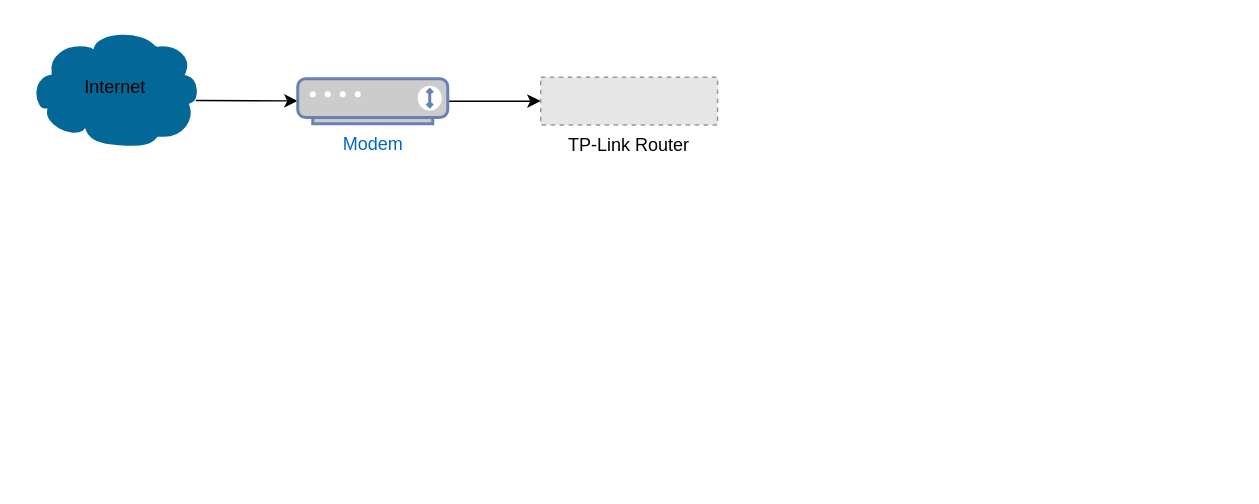
Before: LAN.drawio in babelaids/Drawrings, a draw.io diagram. Source tidied: cells renumbered, new cells numbered last; positions are measured from the earlier drawing's top-left corner, leaving out a move shared by most shapes. Both pictures are drawn from the tidied source at 150%, with x=0, y=0 at pixel (27, 27). Pictures stored in the file or linked from it are replaced by grey dashed boxes.
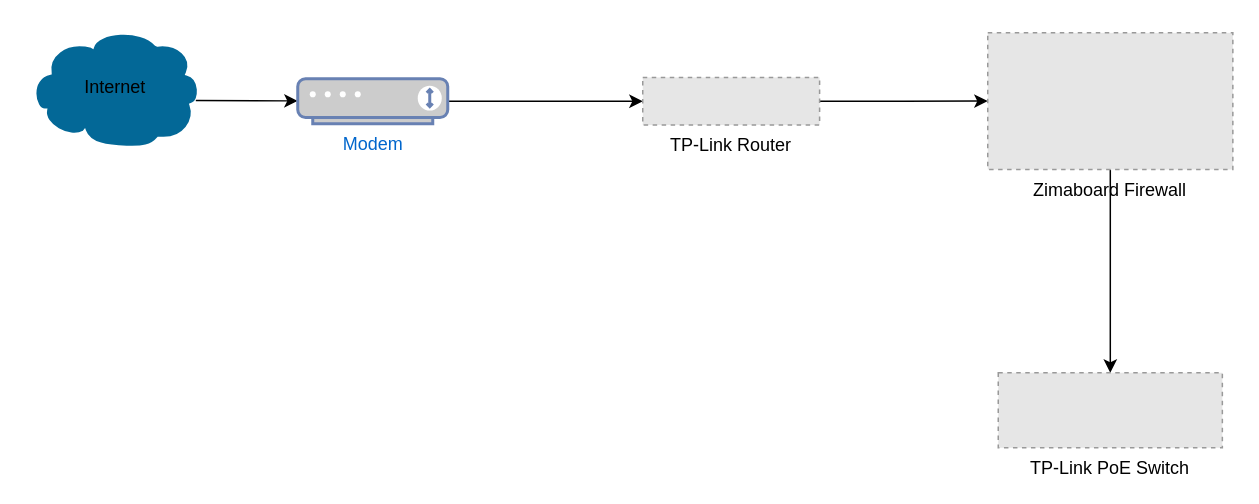
The same diagram, later.

Diff of the diagram source:
```diff
@@
 <mxGraphModel>
   <root>
     <mxCell id="0" />
     <mxCell id="1" parent="0" />
     <mxCell id="2" value="&lt;div&gt;Internet&lt;/div&gt;" style="shape=mxgraph.cisco.storage.cloud;sketch=0;html=1;dashed=0;fillColor=#036897;strokeColor=#ffffff;strokeWidth=2;verticalLabelPosition=middle;verticalAlign=middle;align=center;outlineConnect=0;labelPosition=center;" parent="1" vertex="1">
       <mxGeometry width="116" height="80" as="geometry" />
     </mxCell>
     <mxCell id="3" style="endArrow=classic;html=1;rounded=0;exitX=0.966;exitY=0.606;exitDx=0;exitDy=0;exitPerimeter=0;" parent="1" edge="1" source="2" target="5">
       <mxGeometry relative="1" as="geometry" />
     </mxCell>
     <mxCell id="4" style="edgeStyle=orthogonalEdgeStyle;rounded=0;jettySize=auto;html=1;entryX=0;entryY=0.5;entryDx=0;entryDy=0;" parent="1" edge="1" source="5" target="6">
       <mxGeometry relative="1" as="geometry" />
     </mxCell>
     <mxCell id="5" value="Modem" style="fontColor=#0066CC;verticalAlign=top;verticalLabelPosition=bottom;labelPosition=center;align=center;html=1;outlineConnect=0;fillColor=#CCCCCC;strokeColor=#6881B3;gradientColor=none;gradientDirection=north;strokeWidth=2;shape=mxgraph.networks.modem;" parent="1" vertex="1">
       <mxGeometry x="180" y="34" width="100" height="30" as="geometry" />
     </mxCell>
+    <mxCell id="7" style="edgeStyle=orthogonalEdgeStyle;rounded=0;jettySize=auto;html=1;" parent="1" edge="1" source="6" target="9">
+      <mxGeometry relative="1" as="geometry" />
+    </mxCell>
     <mxCell id="6" value="TP-Link Router" style="fillColor=#E6E6E6;strokeColor=#999999;dashed=1;verticalLabelPosition=bottom;verticalAlign=top;" parent="1" vertex="1">
-      <mxGeometry x="342" y="33" width="117.9" height="31.8" as="geometry" />
+      <mxGeometry x="410" y="33.1" width="117.9" height="31.8" as="geometry" />
     </mxCell>
+    <mxCell id="8" style="edgeStyle=orthogonalEdgeStyle;rounded=0;jettySize=auto;html=1;" parent="1" edge="1" source="9" target="10">
+      <mxGeometry relative="1" as="geometry" />
+    </mxCell>
+    <mxCell id="9" value="Zimaboard Firewall" style="fillColor=#E6E6E6;strokeColor=#999999;dashed=1;verticalLabelPosition=bottom;verticalAlign=top;" parent="1" vertex="1">
+      <mxGeometry x="640" y="3.4" width="163.4" height="91.1" as="geometry" />
+    </mxCell>
+    <mxCell id="10" value="TP-Link PoE Switch" style="fillColor=#E6E6E6;strokeColor=#999999;dashed=1;verticalLabelPosition=bottom;verticalAlign=top;" parent="1" vertex="1">
+      <mxGeometry x="647" y="230" width="149.4" height="50" as="geometry" />
+    </mxCell>
   </root>
 </mxGraphModel>
```
